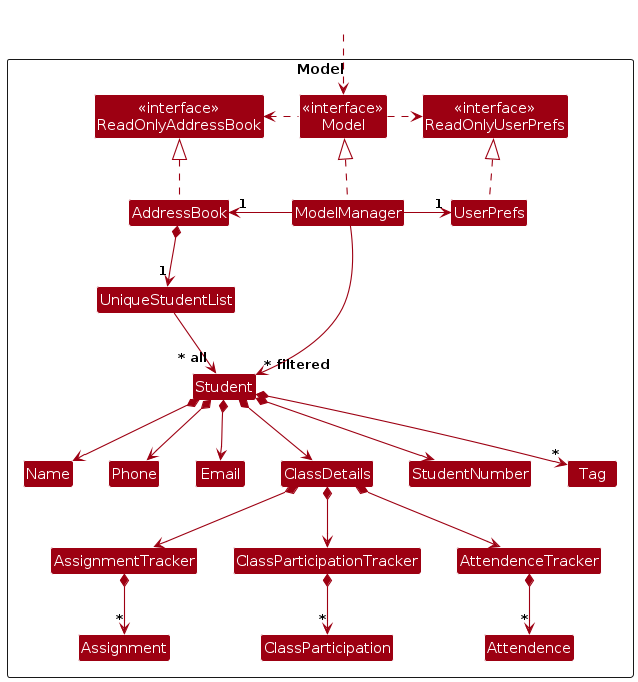
Above: diagrams/ModelClassDiagram.png in AY2324S1-CS2103T-T11-1/tp (PlantUML), before the change. Its source is kept beside it as diagrams/ModelClassDiagram.puml.
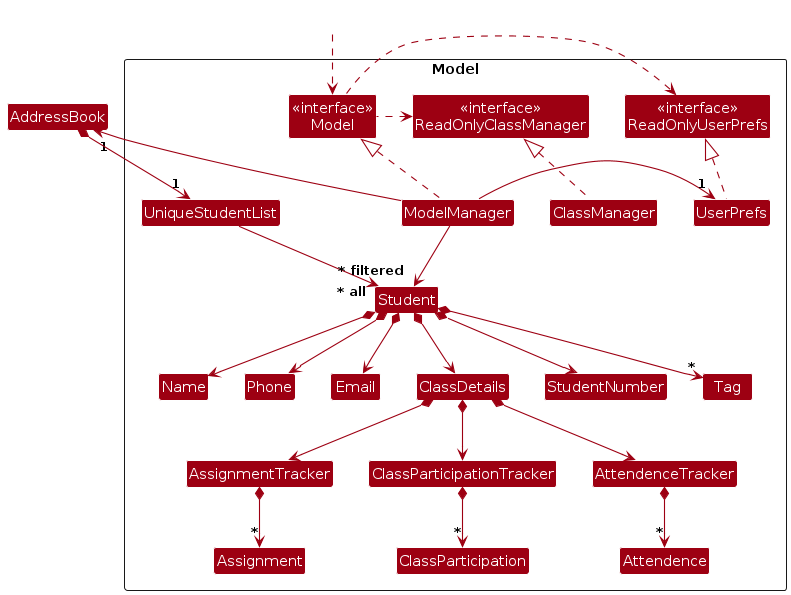
The same diagram one commit later.

What changed in the source:
```diff
@@ -5,10 +5,10 @@
 skinparam classBackgroundColor MODEL_COLOR
 
 Package Model as ModelPackage <<Rectangle>>{
-Class "<<interface>>\nReadOnlyAddressBook" as ReadOnlyAddressBook
+Class "<<interface>>\nReadOnlyClassManager" as ReadOnlyClassManager
 Class "<<interface>>\nReadOnlyUserPrefs" as ReadOnlyUserPrefs
 Class "<<interface>>\nModel" as Model
-Class AddressBook
+Class ClassManager
 Class ModelManager
 Class UserPrefs
 
@@ -33,11 +33,11 @@
 Class HiddenOutside #FFFFFF
 HiddenOutside ..> Model
 
-AddressBook .up.|> ReadOnlyAddressBook
+ClassManager .up.|> ReadOnlyClassManager
 
 ModelManager .up.|> Model
 Model .right.> ReadOnlyUserPrefs
-Model .left.> ReadOnlyAddressBook
+Model .left.> ReadOnlyClassManager
 ModelManager -left-> "1" AddressBook
 ModelManager -right-> "1" UserPrefs
 UserPrefs .up.|> ReadOnlyUserPrefs
```
